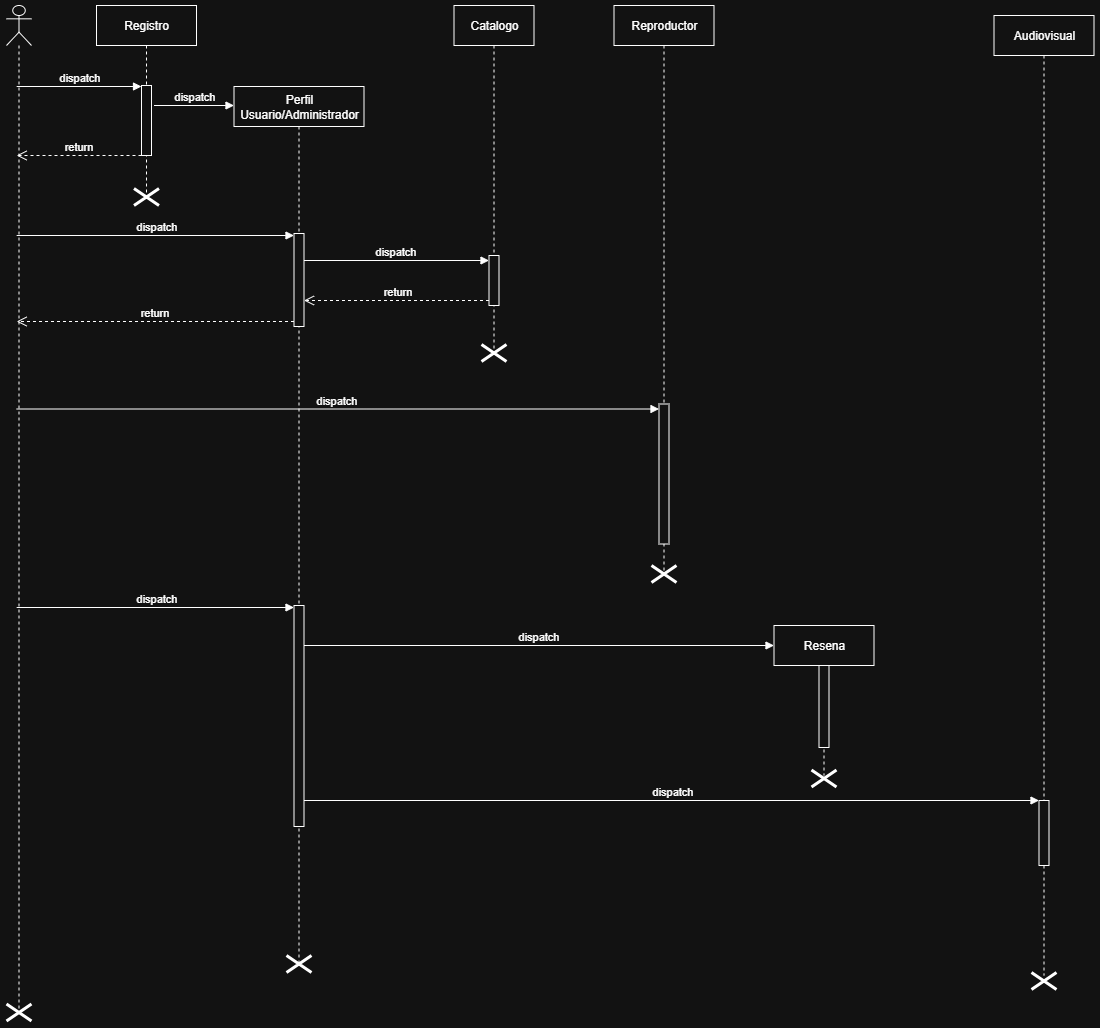
Earlier version of the draw.io export DiagUML/DiagramaSecuenciaUML.drawio.png (fransaenz/TDL2). Source tidied: cells renumbered, new cells last; positions are measured from the earlier drawing's top-left corner, leaving out a move shared by most shapes. The source it was exported from:
```xml
<mxGraphModel>
  <root>
    <mxCell id="0" />
    <mxCell id="1" parent="0" />
    <mxCell id="2" style="shape=umlLifeline;perimeter=lifelinePerimeter;whiteSpace=wrap;html=1;outlineConnect=0;portConstraint=eastwest;newEdgeStyle={&quot;curved&quot;:0,&quot;rounded&quot;:0};participant=umlActor;" parent="1" vertex="1">
      <mxGeometry width="25" height="1007" as="geometry" />
    </mxCell>
    <mxCell id="3" value="Registro" style="shape=umlLifeline;perimeter=lifelinePerimeter;whiteSpace=wrap;html=1;newEdgeStyle={&quot;curved&quot;:0,&quot;rounded&quot;:0};" parent="1" vertex="1">
      <mxGeometry x="90" width="100" height="188" as="geometry" />
    </mxCell>
    <mxCell id="4" style="html=1;perimeter=orthogonalPerimeter;targetShapes=umlLifeline;newEdgeStyle={&quot;curved&quot;:0,&quot;rounded&quot;:0};" parent="3" vertex="1">
      <mxGeometry x="45" y="80" width="10" height="70" as="geometry" />
    </mxCell>
    <mxCell id="5" style="shape=umlDestroy;whiteSpace=wrap;html=1;strokeWidth=3;targetShapes=umlLifeline;" parent="3" vertex="1">
      <mxGeometry x="37.5" y="183" width="25" height="17" as="geometry" />
    </mxCell>
    <mxCell id="6" value="Perfil&lt;div&gt;Usuario/Administrador&lt;/div&gt;" style="shape=umlLifeline;perimeter=lifelinePerimeter;whiteSpace=wrap;html=1;newEdgeStyle={&quot;curved&quot;:0,&quot;rounded&quot;:0};" parent="1" vertex="1">
      <mxGeometry x="227.5" y="81" width="130" height="879" as="geometry" />
    </mxCell>
    <mxCell id="7" style="html=1;points=[[0,0,0,0,5],[0,1,0,0,-5],[1,0,0,0,5],[1,1,0,0,-5]];perimeter=orthogonalPerimeter;outlineConnect=0;targetShapes=umlLifeline;portConstraint=eastwest;newEdgeStyle={&quot;curved&quot;:0,&quot;rounded&quot;:0};" parent="6" vertex="1">
      <mxGeometry x="60" y="147" width="10" height="93" as="geometry" />
    </mxCell>
    <mxCell id="8" style="html=1;points=[[0,0,0,0,5],[0,1,0,0,-5],[1,0,0,0,5],[1,1,0,0,-5]];perimeter=orthogonalPerimeter;outlineConnect=0;targetShapes=umlLifeline;portConstraint=eastwest;newEdgeStyle={&quot;curved&quot;:0,&quot;rounded&quot;:0};" parent="6" vertex="1">
      <mxGeometry x="60" y="519" width="10" height="221" as="geometry" />
    </mxCell>
    <mxCell id="9" value="dispatch" style="html=1;verticalAlign=bottom;endArrow=block;curved=0;rounded=0;" parent="6" edge="1" source="2">
      <mxGeometry relative="1" as="geometry">
        <mxPoint x="60" y="521" as="targetPoint" />
      </mxGeometry>
    </mxCell>
    <mxCell id="10" value="Catalogo" style="shape=umlLifeline;perimeter=lifelinePerimeter;whiteSpace=wrap;html=1;newEdgeStyle={&quot;curved&quot;:0,&quot;rounded&quot;:0};" parent="1" vertex="1">
      <mxGeometry x="447.5" width="80" height="344.5" as="geometry" />
    </mxCell>
    <mxCell id="11" style="html=1;points=[[0,0,0,0,5],[0,1,0,0,-5],[1,0,0,0,5],[1,1,0,0,-5]];perimeter=orthogonalPerimeter;outlineConnect=0;targetShapes=umlLifeline;portConstraint=eastwest;newEdgeStyle={&quot;curved&quot;:0,&quot;rounded&quot;:0};" parent="10" vertex="1">
      <mxGeometry x="35" y="250" width="10" height="50" as="geometry" />
    </mxCell>
    <mxCell id="12" value="Audiovisual" style="shape=umlLifeline;perimeter=lifelinePerimeter;whiteSpace=wrap;html=1;newEdgeStyle={&quot;curved&quot;:0,&quot;rounded&quot;:0};" parent="1" vertex="1">
      <mxGeometry x="987.5" y="10" width="100" height="960" as="geometry" />
    </mxCell>
    <mxCell id="13" style="html=1;points=[[0,0,0,0,5],[0,1,0,0,-5],[1,0,0,0,5],[1,1,0,0,-5]];perimeter=orthogonalPerimeter;outlineConnect=0;targetShapes=umlLifeline;portConstraint=eastwest;newEdgeStyle={&quot;curved&quot;:0,&quot;rounded&quot;:0};" parent="12" vertex="1">
      <mxGeometry x="45" y="785" width="10" height="65" as="geometry" />
    </mxCell>
    <mxCell id="14" value="Reproductor" style="shape=umlLifeline;perimeter=lifelinePerimeter;whiteSpace=wrap;html=1;newEdgeStyle={&quot;curved&quot;:0,&quot;rounded&quot;:0};" parent="1" vertex="1">
      <mxGeometry x="607.5" width="100" height="570" as="geometry" />
    </mxCell>
    <mxCell id="15" style="html=1;points=[[0,0,0,0,5],[0,1,0,0,-5],[1,0,0,0,5],[1,1,0,0,-5]];perimeter=orthogonalPerimeter;outlineConnect=0;targetShapes=umlLifeline;portConstraint=eastwest;newEdgeStyle={&quot;curved&quot;:0,&quot;rounded&quot;:0};" parent="14" vertex="1">
      <mxGeometry x="45" y="398.5" width="10" height="140" as="geometry" />
    </mxCell>
    <mxCell id="16" value="Resena" style="shape=umlLifeline;perimeter=lifelinePerimeter;whiteSpace=wrap;html=1;newEdgeStyle={&quot;curved&quot;:0,&quot;rounded&quot;:0};" parent="1" vertex="1">
      <mxGeometry x="767.5" y="620" width="100" height="150" as="geometry" />
    </mxCell>
    <mxCell id="17" style="html=1;perimeter=orthogonalPerimeter;targetShapes=umlLifeline;newEdgeStyle={&quot;curved&quot;:0,&quot;rounded&quot;:0};" parent="16" vertex="1">
      <mxGeometry x="45" y="40" width="10" height="82" as="geometry" />
    </mxCell>
    <mxCell id="18" value="dispatch" style="html=1;verticalAlign=bottom;endArrow=block;curved=0;rounded=0;" parent="1" edge="1" source="2">
      <mxGeometry relative="1" as="geometry">
        <mxPoint x="287.5" y="230" as="targetPoint" />
      </mxGeometry>
    </mxCell>
    <mxCell id="19" value="return" style="html=1;verticalAlign=bottom;endArrow=open;dashed=1;endSize=8;curved=0;rounded=0;" parent="1" edge="1" target="2">
      <mxGeometry relative="1" as="geometry">
        <mxPoint x="135" y="150" as="sourcePoint" />
      </mxGeometry>
    </mxCell>
    <mxCell id="20" value="dispatch" style="html=1;verticalAlign=bottom;endArrow=block;curved=0;rounded=0;entryX=0;entryY=0;entryDx=0;entryDy=5;" parent="1" edge="1" source="2">
      <mxGeometry relative="1" as="geometry">
        <mxPoint x="135" y="81" as="targetPoint" />
      </mxGeometry>
    </mxCell>
    <mxCell id="21" value="dispatch" style="html=1;verticalAlign=bottom;endArrow=block;curved=0;rounded=0;entryX=0;entryY=0;entryDx=0;entryDy=5;" parent="1" edge="1" source="7" target="11">
      <mxGeometry relative="1" as="geometry" />
    </mxCell>
    <mxCell id="22" value="return" style="html=1;verticalAlign=bottom;endArrow=open;dashed=1;endSize=8;curved=0;rounded=0;exitX=0;exitY=1;exitDx=0;exitDy=-5;" parent="1" edge="1" source="11" target="7">
      <mxGeometry relative="1" as="geometry" />
    </mxCell>
    <mxCell id="23" style="shape=umlDestroy;whiteSpace=wrap;html=1;strokeWidth=3;targetShapes=umlLifeline;" parent="1" vertex="1">
      <mxGeometry x="805" y="764.5" width="25" height="17" as="geometry" />
    </mxCell>
    <mxCell id="24" style="shape=umlDestroy;whiteSpace=wrap;html=1;strokeWidth=3;targetShapes=umlLifeline;" parent="1" vertex="1">
      <mxGeometry x="280" y="950" width="25" height="17" as="geometry" />
    </mxCell>
    <mxCell id="25" value="dispatch" style="html=1;verticalAlign=bottom;endArrow=block;curved=0;rounded=0;" parent="1" edge="1">
      <mxGeometry relative="1" as="geometry">
        <mxPoint x="147.5" y="100" as="sourcePoint" />
        <mxPoint x="227.5" y="100" as="targetPoint" />
      </mxGeometry>
    </mxCell>
    <mxCell id="26" style="shape=umlDestroy;whiteSpace=wrap;html=1;strokeWidth=3;targetShapes=umlLifeline;" parent="1" vertex="1">
      <mxGeometry x="475" y="339" width="25" height="17" as="geometry" />
    </mxCell>
    <mxCell id="27" value="return" style="html=1;verticalAlign=bottom;endArrow=open;dashed=1;endSize=8;curved=0;rounded=0;exitX=0;exitY=1;exitDx=0;exitDy=-5;exitPerimeter=0;" parent="1" edge="1" source="7" target="2">
      <mxGeometry relative="1" as="geometry" />
    </mxCell>
    <mxCell id="28" value="dispatch" style="html=1;verticalAlign=bottom;endArrow=block;curved=0;rounded=0;entryX=0;entryY=0;entryDx=0;entryDy=5;entryPerimeter=0;" parent="1" edge="1" source="2" target="15">
      <mxGeometry relative="1" as="geometry" />
    </mxCell>
    <mxCell id="29" style="shape=umlDestroy;whiteSpace=wrap;html=1;strokeWidth=3;targetShapes=umlLifeline;" parent="1" vertex="1">
      <mxGeometry x="1025" y="967" width="25" height="17" as="geometry" />
    </mxCell>
    <mxCell id="30" style="shape=umlDestroy;whiteSpace=wrap;html=1;strokeWidth=3;targetShapes=umlLifeline;" parent="1" vertex="1">
      <mxGeometry x="645" y="560" width="25" height="17" as="geometry" />
    </mxCell>
    <mxCell id="31" value="dispatch" style="html=1;verticalAlign=bottom;endArrow=block;curved=0;rounded=0;" parent="1" edge="1" source="8">
      <mxGeometry relative="1" as="geometry">
        <mxPoint x="767.5" y="640" as="targetPoint" />
      </mxGeometry>
    </mxCell>
    <mxCell id="32" value="dispatch" style="html=1;verticalAlign=bottom;endArrow=block;curved=0;rounded=0;" parent="1" edge="1" source="8" target="13">
      <mxGeometry relative="1" as="geometry" />
    </mxCell>
    <mxCell id="33" style="shape=umlDestroy;whiteSpace=wrap;html=1;strokeWidth=3;targetShapes=umlLifeline;" parent="1" vertex="1">
      <mxGeometry y="998.5" width="25" height="17" as="geometry" />
    </mxCell>
  </root>
</mxGraphModel>
```
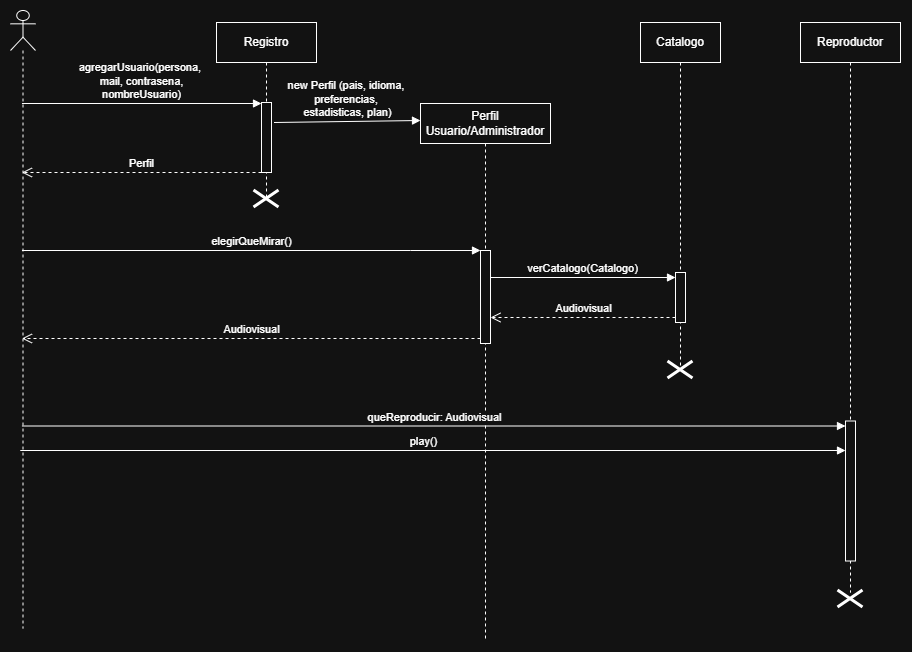
The same file after the commit.

Commit message:
correcciones entregable 1

Change to the diagram source:
```diff
@@ -3,113 +3,84 @@
     <mxCell id="0" />
     <mxCell id="1" parent="0" />
     <mxCell id="2" style="shape=umlLifeline;perimeter=lifelinePerimeter;whiteSpace=wrap;html=1;outlineConnect=0;portConstraint=eastwest;newEdgeStyle={&quot;curved&quot;:0,&quot;rounded&quot;:0};participant=umlActor;" parent="1" vertex="1">
-      <mxGeometry width="25" height="1007" as="geometry" />
+      <mxGeometry x="-182.5" y="-12" width="25" height="618" as="geometry" />
     </mxCell>
     <mxCell id="3" value="Registro" style="shape=umlLifeline;perimeter=lifelinePerimeter;whiteSpace=wrap;html=1;newEdgeStyle={&quot;curved&quot;:0,&quot;rounded&quot;:0};" parent="1" vertex="1">
-      <mxGeometry x="90" width="100" height="188" as="geometry" />
+      <mxGeometry x="23.5" width="100" height="178" as="geometry" />
     </mxCell>
     <mxCell id="4" style="html=1;perimeter=orthogonalPerimeter;targetShapes=umlLifeline;newEdgeStyle={&quot;curved&quot;:0,&quot;rounded&quot;:0};" parent="3" vertex="1">
       <mxGeometry x="45" y="80" width="10" height="70" as="geometry" />
     </mxCell>
     <mxCell id="5" style="shape=umlDestroy;whiteSpace=wrap;html=1;strokeWidth=3;targetShapes=umlLifeline;" parent="3" vertex="1">
-      <mxGeometry x="37.5" y="183" width="25" height="17" as="geometry" />
+      <mxGeometry x="37.5" y="168" width="25" height="17" as="geometry" />
     </mxCell>
     <mxCell id="6" value="Perfil&lt;div&gt;Usuario/Administrador&lt;/div&gt;" style="shape=umlLifeline;perimeter=lifelinePerimeter;whiteSpace=wrap;html=1;newEdgeStyle={&quot;curved&quot;:0,&quot;rounded&quot;:0};" parent="1" vertex="1">
-      <mxGeometry x="227.5" y="81" width="130" height="879" as="geometry" />
+      <mxGeometry x="227.5" y="81" width="130" height="537" as="geometry" />
     </mxCell>
     <mxCell id="7" style="html=1;points=[[0,0,0,0,5],[0,1,0,0,-5],[1,0,0,0,5],[1,1,0,0,-5]];perimeter=orthogonalPerimeter;outlineConnect=0;targetShapes=umlLifeline;portConstraint=eastwest;newEdgeStyle={&quot;curved&quot;:0,&quot;rounded&quot;:0};" parent="6" vertex="1">
       <mxGeometry x="60" y="147" width="10" height="93" as="geometry" />
     </mxCell>
-    <mxCell id="8" style="html=1;points=[[0,0,0,0,5],[0,1,0,0,-5],[1,0,0,0,5],[1,1,0,0,-5]];perimeter=orthogonalPerimeter;outlineConnect=0;targetShapes=umlLifeline;portConstraint=eastwest;newEdgeStyle={&quot;curved&quot;:0,&quot;rounded&quot;:0};" parent="6" vertex="1">
-      <mxGeometry x="60" y="519" width="10" height="221" as="geometry" />
-    </mxCell>
-    <mxCell id="9" value="dispatch" style="html=1;verticalAlign=bottom;endArrow=block;curved=0;rounded=0;" parent="6" edge="1" source="2">
-      <mxGeometry relative="1" as="geometry">
-        <mxPoint x="60" y="521" as="targetPoint" />
-      </mxGeometry>
-    </mxCell>
     <mxCell id="10" value="Catalogo" style="shape=umlLifeline;perimeter=lifelinePerimeter;whiteSpace=wrap;html=1;newEdgeStyle={&quot;curved&quot;:0,&quot;rounded&quot;:0};" parent="1" vertex="1">
       <mxGeometry x="447.5" width="80" height="344.5" as="geometry" />
     </mxCell>
     <mxCell id="11" style="html=1;points=[[0,0,0,0,5],[0,1,0,0,-5],[1,0,0,0,5],[1,1,0,0,-5]];perimeter=orthogonalPerimeter;outlineConnect=0;targetShapes=umlLifeline;portConstraint=eastwest;newEdgeStyle={&quot;curved&quot;:0,&quot;rounded&quot;:0};" parent="10" vertex="1">
       <mxGeometry x="35" y="250" width="10" height="50" as="geometry" />
     </mxCell>
-    <mxCell id="12" value="Audiovisual" style="shape=umlLifeline;perimeter=lifelinePerimeter;whiteSpace=wrap;html=1;newEdgeStyle={&quot;curved&quot;:0,&quot;rounded&quot;:0};" parent="1" vertex="1">
-      <mxGeometry x="987.5" y="10" width="100" height="960" as="geometry" />
-    </mxCell>
-    <mxCell id="13" style="html=1;points=[[0,0,0,0,5],[0,1,0,0,-5],[1,0,0,0,5],[1,1,0,0,-5]];perimeter=orthogonalPerimeter;outlineConnect=0;targetShapes=umlLifeline;portConstraint=eastwest;newEdgeStyle={&quot;curved&quot;:0,&quot;rounded&quot;:0};" parent="12" vertex="1">
-      <mxGeometry x="45" y="785" width="10" height="65" as="geometry" />
-    </mxCell>
     <mxCell id="14" value="Reproductor" style="shape=umlLifeline;perimeter=lifelinePerimeter;whiteSpace=wrap;html=1;newEdgeStyle={&quot;curved&quot;:0,&quot;rounded&quot;:0};" parent="1" vertex="1">
       <mxGeometry x="607.5" width="100" height="570" as="geometry" />
     </mxCell>
     <mxCell id="15" style="html=1;points=[[0,0,0,0,5],[0,1,0,0,-5],[1,0,0,0,5],[1,1,0,0,-5]];perimeter=orthogonalPerimeter;outlineConnect=0;targetShapes=umlLifeline;portConstraint=eastwest;newEdgeStyle={&quot;curved&quot;:0,&quot;rounded&quot;:0};" parent="14" vertex="1">
       <mxGeometry x="45" y="398.5" width="10" height="140" as="geometry" />
     </mxCell>
-    <mxCell id="16" value="Resena" style="shape=umlLifeline;perimeter=lifelinePerimeter;whiteSpace=wrap;html=1;newEdgeStyle={&quot;curved&quot;:0,&quot;rounded&quot;:0};" parent="1" vertex="1">
-      <mxGeometry x="767.5" y="620" width="100" height="150" as="geometry" />
-    </mxCell>
-    <mxCell id="17" style="html=1;perimeter=orthogonalPerimeter;targetShapes=umlLifeline;newEdgeStyle={&quot;curved&quot;:0,&quot;rounded&quot;:0};" parent="16" vertex="1">
-      <mxGeometry x="45" y="40" width="10" height="82" as="geometry" />
-    </mxCell>
-    <mxCell id="18" value="dispatch" style="html=1;verticalAlign=bottom;endArrow=block;curved=0;rounded=0;" parent="1" edge="1" source="2">
-      <mxGeometry relative="1" as="geometry">
-        <mxPoint x="287.5" y="230" as="targetPoint" />
-      </mxGeometry>
-    </mxCell>
-    <mxCell id="19" value="return" style="html=1;verticalAlign=bottom;endArrow=open;dashed=1;endSize=8;curved=0;rounded=0;" parent="1" edge="1" target="2">
+    <mxCell id="19" value="Perfil" style="html=1;verticalAlign=bottom;endArrow=open;dashed=1;endSize=8;curved=0;rounded=0;" parent="1" edge="1" target="2">
       <mxGeometry relative="1" as="geometry">
-        <mxPoint x="135" y="150" as="sourcePoint" />
+        <mxPoint x="68.5" y="150" as="sourcePoint" />
       </mxGeometry>
     </mxCell>
-    <mxCell id="20" value="dispatch" style="html=1;verticalAlign=bottom;endArrow=block;curved=0;rounded=0;entryX=0;entryY=0;entryDx=0;entryDy=5;" parent="1" edge="1" source="2">
+    <mxCell id="20" value="agregarUsuario(persona,&amp;nbsp;&lt;div&gt;mail,&amp;nbsp;&lt;span style=&quot;background-color: light-dark(#ffffff, var(--ge-dark-color, #121212)); color: light-dark(rgb(0, 0, 0), rgb(255, 255, 255));&quot;&gt;contrasena,&lt;/span&gt;&lt;div&gt;nombreUsuario)&lt;/div&gt;&lt;/div&gt;" style="html=1;verticalAlign=bottom;endArrow=block;curved=0;rounded=0;entryX=0;entryY=0;entryDx=0;entryDy=5;" parent="1" edge="1" source="2">
       <mxGeometry relative="1" as="geometry">
-        <mxPoint x="135" y="81" as="targetPoint" />
+        <mxPoint x="68.5" y="81" as="targetPoint" />
       </mxGeometry>
     </mxCell>
-    <mxCell id="21" value="dispatch" style="html=1;verticalAlign=bottom;endArrow=block;curved=0;rounded=0;entryX=0;entryY=0;entryDx=0;entryDy=5;" parent="1" edge="1" source="7" target="11">
+    <mxCell id="21" value="verCatalogo(Catalogo)" style="html=1;verticalAlign=bottom;endArrow=block;curved=0;rounded=0;entryX=0;entryY=0;entryDx=0;entryDy=5;" parent="1" edge="1" source="7" target="11">
       <mxGeometry relative="1" as="geometry" />
     </mxCell>
-    <mxCell id="22" value="return" style="html=1;verticalAlign=bottom;endArrow=open;dashed=1;endSize=8;curved=0;rounded=0;exitX=0;exitY=1;exitDx=0;exitDy=-5;" parent="1" edge="1" source="11" target="7">
+    <mxCell id="22" value="Audiovisual" style="html=1;verticalAlign=bottom;endArrow=open;dashed=1;endSize=8;curved=0;rounded=0;exitX=0;exitY=1;exitDx=0;exitDy=-5;" parent="1" edge="1" source="11" target="7">
       <mxGeometry relative="1" as="geometry" />
     </mxCell>
-    <mxCell id="23" style="shape=umlDestroy;whiteSpace=wrap;html=1;strokeWidth=3;targetShapes=umlLifeline;" parent="1" vertex="1">
-      <mxGeometry x="805" y="764.5" width="25" height="17" as="geometry" />
-    </mxCell>
-    <mxCell id="24" style="shape=umlDestroy;whiteSpace=wrap;html=1;strokeWidth=3;targetShapes=umlLifeline;" parent="1" vertex="1">
-      <mxGeometry x="280" y="950" width="25" height="17" as="geometry" />
-    </mxCell>
-    <mxCell id="25" value="dispatch" style="html=1;verticalAlign=bottom;endArrow=block;curved=0;rounded=0;" parent="1" edge="1">
+    <mxCell id="25" value="new Perfil (pais, idioma,&amp;nbsp;&lt;div&gt;preferencias,&amp;nbsp;&lt;/div&gt;&lt;div&gt;estadisticas, plan)&lt;/div&gt;" style="html=1;verticalAlign=bottom;endArrow=block;curved=0;rounded=0;" parent="1" edge="1">
       <mxGeometry relative="1" as="geometry">
-        <mxPoint x="147.5" y="100" as="sourcePoint" />
-        <mxPoint x="227.5" y="100" as="targetPoint" />
+        <mxPoint x="81" y="100" as="sourcePoint" />
+        <mxPoint x="227.5" y="98" as="targetPoint" />
       </mxGeometry>
     </mxCell>
     <mxCell id="26" style="shape=umlDestroy;whiteSpace=wrap;html=1;strokeWidth=3;targetShapes=umlLifeline;" parent="1" vertex="1">
       <mxGeometry x="475" y="339" width="25" height="17" as="geometry" />
     </mxCell>
-    <mxCell id="27" value="return" style="html=1;verticalAlign=bottom;endArrow=open;dashed=1;endSize=8;curved=0;rounded=0;exitX=0;exitY=1;exitDx=0;exitDy=-5;exitPerimeter=0;" parent="1" edge="1" source="7" target="2">
+    <mxCell id="27" value="Audiovisual" style="html=1;verticalAlign=bottom;endArrow=open;dashed=1;endSize=8;curved=0;rounded=0;exitX=0;exitY=1;exitDx=0;exitDy=-5;exitPerimeter=0;" parent="1" edge="1" source="7" target="2">
       <mxGeometry relative="1" as="geometry" />
     </mxCell>
-    <mxCell id="28" value="dispatch" style="html=1;verticalAlign=bottom;endArrow=block;curved=0;rounded=0;entryX=0;entryY=0;entryDx=0;entryDy=5;entryPerimeter=0;" parent="1" edge="1" source="2" target="15">
+    <mxCell id="28" value="queReproducir: Audiovisual" style="html=1;verticalAlign=bottom;endArrow=block;curved=0;rounded=0;entryX=0;entryY=0;entryDx=0;entryDy=5;entryPerimeter=0;" parent="1" edge="1" source="2" target="15">
       <mxGeometry relative="1" as="geometry" />
     </mxCell>
-    <mxCell id="29" style="shape=umlDestroy;whiteSpace=wrap;html=1;strokeWidth=3;targetShapes=umlLifeline;" parent="1" vertex="1">
-      <mxGeometry x="1025" y="967" width="25" height="17" as="geometry" />
-    </mxCell>
-    <mxCell id="30" style="shape=umlDestroy;whiteSpace=wrap;html=1;strokeWidth=3;targetShapes=umlLifeline;" parent="1" vertex="1">
-      <mxGeometry x="645" y="560" width="25" height="17" as="geometry" />
-    </mxCell>
-    <mxCell id="31" value="dispatch" style="html=1;verticalAlign=bottom;endArrow=block;curved=0;rounded=0;" parent="1" edge="1" source="8">
-      <mxGeometry relative="1" as="geometry">
-        <mxPoint x="767.5" y="640" as="targetPoint" />
-      </mxGeometry>
-    </mxCell>
-    <mxCell id="32" value="dispatch" style="html=1;verticalAlign=bottom;endArrow=block;curved=0;rounded=0;" parent="1" edge="1" source="8" target="13">
-      <mxGeometry relative="1" as="geometry" />
-    </mxCell>
-    <mxCell id="33" style="shape=umlDestroy;whiteSpace=wrap;html=1;strokeWidth=3;targetShapes=umlLifeline;" parent="1" vertex="1">
-      <mxGeometry y="998.5" width="25" height="17" as="geometry" />
-    </mxCell>
+    <mxCell id="34" value="elegirQueMirar()" style="html=1;verticalAlign=bottom;endArrow=block;curved=0;rounded=0;" parent="1" edge="1" source="2">
+      <mxGeometry relative="1" as="geometry">
+        <mxPoint x="287.5" y="228" as="targetPoint" />
+        <Array as="points">
+          <mxPoint x="217.5" y="228" />
+        </Array>
+      </mxGeometry>
+    </mxCell>
+    <mxCell id="35" style="shape=umlDestroy;whiteSpace=wrap;html=1;strokeWidth=3;targetShapes=umlLifeline;" parent="1" vertex="1">
+      <mxGeometry x="645" y="568" width="25" height="17" as="geometry" />
+    </mxCell>
+    <mxCell id="36" value="play()" style="html=1;verticalAlign=bottom;endArrow=block;curved=0;rounded=0;" parent="1" edge="1" target="15">
+      <mxGeometry relative="1" as="geometry">
+        <mxPoint x="-152.5" y="428" as="sourcePoint" />
+        <Array as="points">
+          <mxPoint x="-172.5" y="428" />
+        </Array>
+      </mxGeometry>
+    </mxCell>
   </root>
 </mxGraphModel>
```
